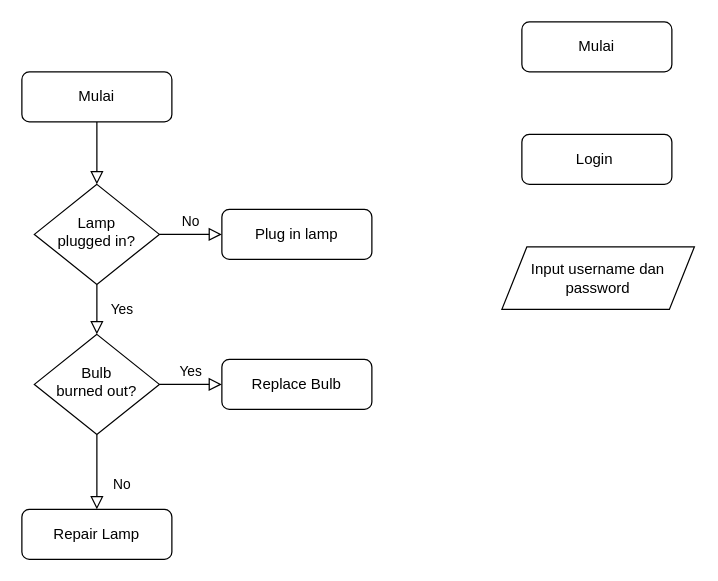
Above: Untitled Diagram.drawio in 24oceann/Repository-OS (draw.io), before the change. Source tidied: cells renumbered, new cells numbered last; positions are measured from the earlier drawing's top-left corner, leaving out a move shared by most shapes. Both pictures are drawn from the tidied source at 125%, with x=0, y=0 at pixel (21, 21).
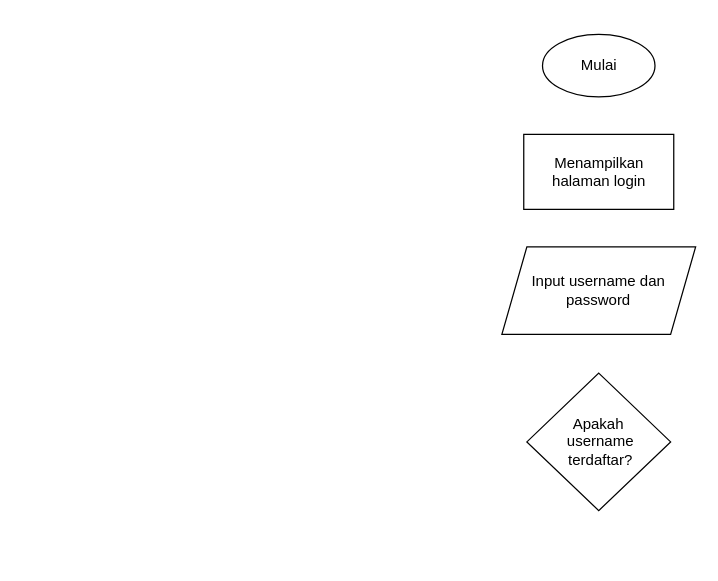
After the change.

Diff of the diagram source:
```diff
@@
 <mxGraphModel>
   <root>
     <mxCell id="0" />
     <mxCell id="1" parent="0" />
-    <mxCell id="2" style="rounded=0;html=1;jettySize=auto;fontSize=11;endArrow=block;endFill=0;endSize=8;strokeWidth=1;shadow=0;labelBackgroundColor=none;edgeStyle=orthogonalEdgeStyle;" parent="1" edge="1" source="3" target="6">
-      <mxGeometry relative="1" as="geometry" />
-    </mxCell>
-    <mxCell id="3" value="Mulai" style="rounded=1;whiteSpace=wrap;html=1;fontSize=12;glass=0;strokeWidth=1;shadow=0;" parent="1" vertex="1">
-      <mxGeometry y="40" width="120" height="40" as="geometry" />
-    </mxCell>
-    <mxCell id="4" value="Yes" style="rounded=0;html=1;jettySize=auto;fontSize=11;endArrow=block;endFill=0;endSize=8;strokeWidth=1;shadow=0;labelBackgroundColor=none;edgeStyle=orthogonalEdgeStyle;" parent="1" edge="1" source="6" target="10">
-      <mxGeometry y="20" relative="1" as="geometry" />
-    </mxCell>
-    <mxCell id="5" value="No" style="edgeStyle=orthogonalEdgeStyle;rounded=0;html=1;jettySize=auto;fontSize=11;endArrow=block;endFill=0;endSize=8;strokeWidth=1;shadow=0;labelBackgroundColor=none;" parent="1" edge="1" source="6" target="7">
-      <mxGeometry y="10" relative="1" as="geometry" />
-    </mxCell>
-    <mxCell id="6" value="Lamp&lt;br&gt;plugged in?" style="rhombus;whiteSpace=wrap;html=1;shadow=0;fontFamily=Helvetica;fontSize=12;align=center;strokeWidth=1;spacing=6;spacingTop=-4;" parent="1" vertex="1">
-      <mxGeometry x="10" y="130" width="100" height="80" as="geometry" />
-    </mxCell>
-    <mxCell id="7" value="Plug in lamp" style="rounded=1;whiteSpace=wrap;html=1;fontSize=12;glass=0;strokeWidth=1;shadow=0;" parent="1" vertex="1">
-      <mxGeometry x="160" y="150" width="120" height="40" as="geometry" />
-    </mxCell>
-    <mxCell id="8" value="No" style="rounded=0;html=1;jettySize=auto;fontSize=11;endArrow=block;endFill=0;endSize=8;strokeWidth=1;shadow=0;labelBackgroundColor=none;edgeStyle=orthogonalEdgeStyle;" parent="1" edge="1" source="10" target="11">
-      <mxGeometry x="0.33" y="20" relative="1" as="geometry" />
-    </mxCell>
-    <mxCell id="9" value="Yes" style="edgeStyle=orthogonalEdgeStyle;rounded=0;html=1;jettySize=auto;fontSize=11;endArrow=block;endFill=0;endSize=8;strokeWidth=1;shadow=0;labelBackgroundColor=none;" parent="1" edge="1" source="10" target="12">
-      <mxGeometry y="10" relative="1" as="geometry" />
-    </mxCell>
-    <mxCell id="10" value="Bulb&lt;br&gt;burned out?" style="rhombus;whiteSpace=wrap;html=1;shadow=0;fontFamily=Helvetica;fontSize=12;align=center;strokeWidth=1;spacing=6;spacingTop=-4;" parent="1" vertex="1">
-      <mxGeometry x="10" y="250" width="100" height="80" as="geometry" />
-    </mxCell>
-    <mxCell id="11" value="Repair Lamp" style="rounded=1;whiteSpace=wrap;html=1;fontSize=12;glass=0;strokeWidth=1;shadow=0;" parent="1" vertex="1">
-      <mxGeometry y="390" width="120" height="40" as="geometry" />
-    </mxCell>
-    <mxCell id="12" value="Replace Bulb" style="rounded=1;whiteSpace=wrap;html=1;fontSize=12;glass=0;strokeWidth=1;shadow=0;" parent="1" vertex="1">
-      <mxGeometry x="160" y="270" width="120" height="40" as="geometry" />
-    </mxCell>
-    <mxCell id="13" value="Mulai" style="rounded=1;whiteSpace=wrap;html=1;fontSize=12;glass=0;strokeWidth=1;shadow=0;" parent="1" vertex="1">
-      <mxGeometry x="400" width="120" height="40" as="geometry" />
-    </mxCell>
+    <mxCell id="16" value="&lt;font&gt;Mulai&lt;/font&gt;" style="ellipse;whiteSpace=wrap;html=1;" parent="1" vertex="1">
+      <mxGeometry x="416.5" y="10" width="90" height="50" as="geometry" />
+    </mxCell>
+    <mxCell id="17" value="Menampilkan halaman login" style="rounded=0;whiteSpace=wrap;html=1;" parent="1" vertex="1">
+      <mxGeometry x="401.5" y="90" width="120" height="60" as="geometry" />
+    </mxCell>
     <mxCell id="14" value="Input username dan password" style="shape=parallelogram;perimeter=parallelogramPerimeter;whiteSpace=wrap;html=1;fixedSize=1;" parent="1" vertex="1">
-      <mxGeometry x="384" y="180" width="154" height="50" as="geometry" />
+      <mxGeometry x="384" y="180" width="155" height="70" as="geometry" />
     </mxCell>
-    <mxCell id="15" value="Login&amp;nbsp;" style="rounded=1;whiteSpace=wrap;html=1;fontSize=12;glass=0;strokeWidth=1;shadow=0;" parent="1" vertex="1">
-      <mxGeometry x="400" y="90" width="120" height="40" as="geometry" />
-    </mxCell>
+    <mxCell id="18" value="Apakah&lt;div&gt;&amp;nbsp;username&lt;/div&gt;&lt;div&gt;&amp;nbsp;terdaftar?&lt;/div&gt;" style="rhombus;whiteSpace=wrap;html=1;" parent="1" vertex="1">
+      <mxGeometry x="404" y="281" width="115" height="110" as="geometry" />
+    </mxCell>
   </root>
 </mxGraphModel>
```
